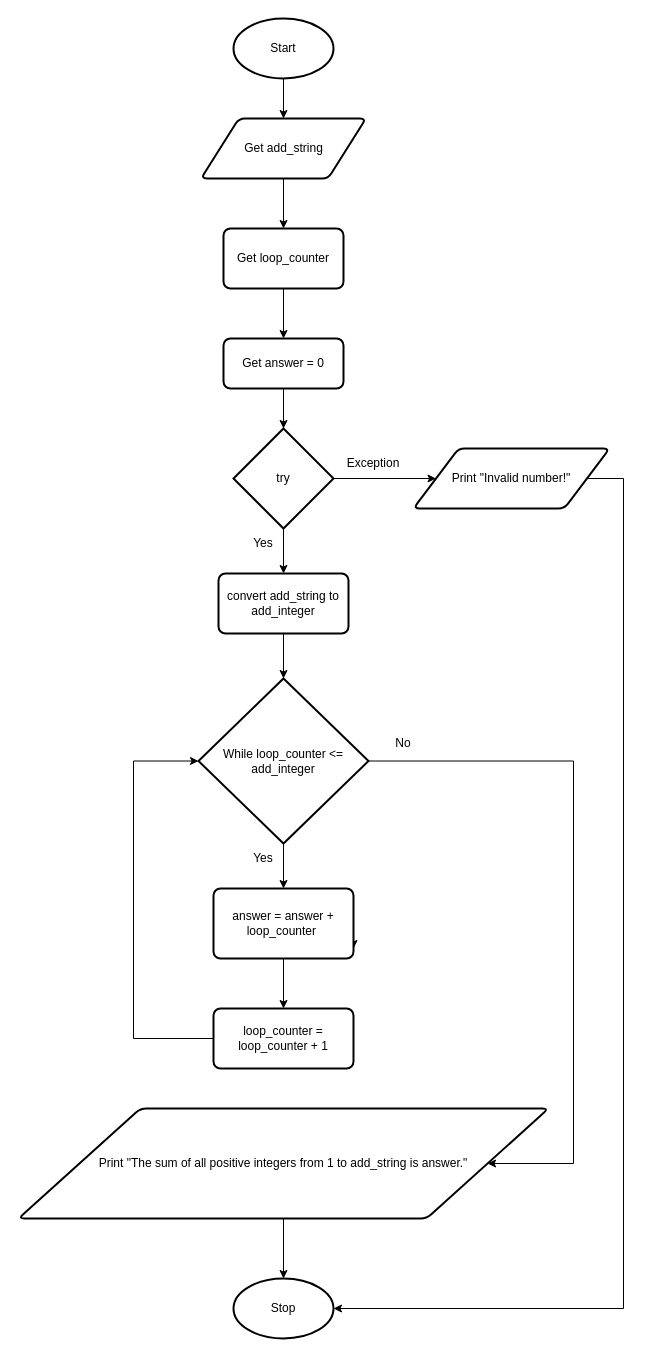
Above: design.flowchart.drawio in Yiyun-Qin/ICS3U-Unit5-01-Python (draw.io), before the change. Source tidied: cells renumbered, new cells numbered last; positions are measured from the earlier drawing's top-left corner, leaving out a move shared by most shapes. Both pictures are drawn from the tidied source at 100%, with x=0, y=0 at pixel (18, 18).
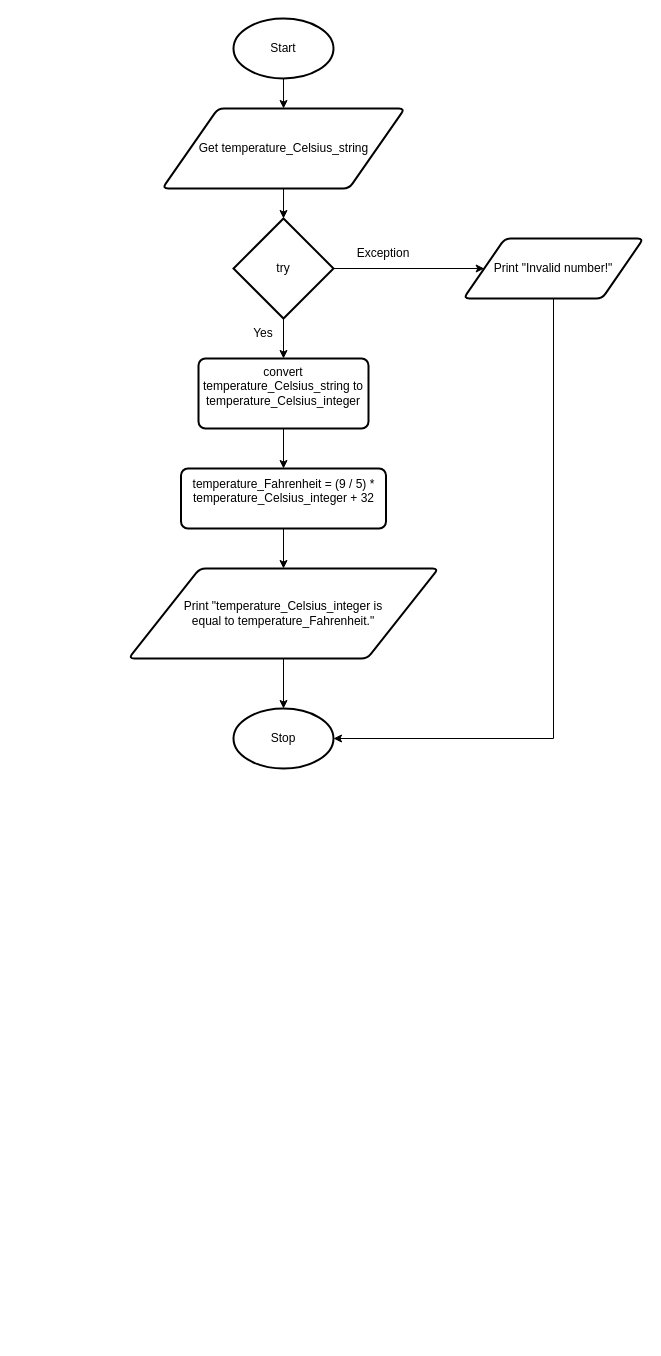
After the change.

Diff of the diagram source:
```diff
@@
-    <mxCell id="4" style="edgeStyle=none;html=1;exitX=0.5;exitY=1;exitDx=0;exitDy=0;entryX=0.5;entryY=0;entryDx=0;entryDy=0;" parent="1" edge="1" source="5" target="24">
-      <mxGeometry relative="1" as="geometry" />
-    </mxCell>
+    <mxCell id="32" style="edgeStyle=none;html=1;exitX=0.5;exitY=1;exitDx=0;exitDy=0;entryX=0.5;entryY=0;entryDx=0;entryDy=0;entryPerimeter=0;" parent="1" edge="1" source="5" target="14">
+      <mxGeometry relative="1" as="geometry" />
+    </mxCell>
-    <mxCell id="5" value="Get add_string" style="shape=parallelogram;html=1;strokeWidth=2;perimeter=parallelogramPerimeter;whiteSpace=wrap;rounded=1;arcSize=12;size=0.23;" parent="1" vertex="1">
-      <mxGeometry x="182.5" y="100" width="165" height="60" as="geometry" />
+    <mxCell id="5" value="Get temperature_Celsius_string" style="shape=parallelogram;html=1;strokeWidth=2;perimeter=parallelogramPerimeter;whiteSpace=wrap;rounded=1;arcSize=12;size=0.23;" parent="1" vertex="1">
+      <mxGeometry x="143.8" y="90" width="242.5" height="80" as="geometry" />
     </mxCell>
     <mxCell id="6" value="Stop" style="strokeWidth=2;html=1;shape=mxgraph.flowchart.start_1;whiteSpace=wrap;" parent="1" vertex="1">
-      <mxGeometry x="215" y="1260" width="100" height="60" as="geometry" />
+      <mxGeometry x="215" y="690" width="100" height="60" as="geometry" />
     </mxCell>
-    <mxCell id="7" value="Yes" style="text;html=1;strokeColor=none;fillColor=none;align=center;verticalAlign=middle;whiteSpace=wrap;rounded=0;" parent="1" vertex="1">
-      <mxGeometry x="215" y="510" width="60" height="30" as="geometry" />
-    </mxCell>
-    <mxCell id="8" value="No" style="text;html=1;strokeColor=none;fillColor=none;align=center;verticalAlign=middle;whiteSpace=wrap;rounded=0;" parent="1" vertex="1">
-      <mxGeometry x="355" y="710" width="60" height="30" as="geometry" />
-    </mxCell>
-    <mxCell id="9" style="edgeStyle=none;html=1;exitX=0.5;exitY=1;exitDx=0;exitDy=0;exitPerimeter=0;entryX=0.5;entryY=0;entryDx=0;entryDy=0;" parent="1" edge="1" source="11" target="13">
-      <mxGeometry relative="1" as="geometry" />
-    </mxCell>
-    <mxCell id="10" style="edgeStyle=none;html=1;exitX=1;exitY=0.5;exitDx=0;exitDy=0;exitPerimeter=0;entryX=0;entryY=0.5;entryDx=0;entryDy=0;" parent="1" edge="1" source="11" target="15">
-      <mxGeometry relative="1" as="geometry" />
-    </mxCell>
-    <mxCell id="11" value="try" style="strokeWidth=2;html=1;shape=mxgraph.flowchart.decision;whiteSpace=wrap;" parent="1" vertex="1">
-      <mxGeometry x="215" y="410" width="100" height="100" as="geometry" />
-    </mxCell>
-    <mxCell id="12" style="edgeStyle=none;html=1;exitX=0.5;exitY=1;exitDx=0;exitDy=0;entryX=0.5;entryY=0;entryDx=0;entryDy=0;entryPerimeter=0;" parent="1" edge="1" source="13" target="19">
-      <mxGeometry relative="1" as="geometry" />
-    </mxCell>
-    <mxCell id="13" value="convert add_string to add_integer" style="rounded=1;whiteSpace=wrap;html=1;absoluteArcSize=1;arcSize=14;strokeWidth=2;" parent="1" vertex="1">
-      <mxGeometry x="200" y="555" width="130" height="60" as="geometry" />
-    </mxCell>
+    <mxCell id="33" style="edgeStyle=none;html=1;exitX=0.5;exitY=1;exitDx=0;exitDy=0;exitPerimeter=0;entryX=0.5;entryY=0;entryDx=0;entryDy=0;" parent="1" edge="1" source="14" target="36">
+      <mxGeometry relative="1" as="geometry" />
+    </mxCell>
+    <mxCell id="34" style="edgeStyle=none;html=1;exitX=1;exitY=0.5;exitDx=0;exitDy=0;exitPerimeter=0;entryX=0;entryY=0.5;entryDx=0;entryDy=0;" parent="1" edge="1" source="14" target="15">
+      <mxGeometry relative="1" as="geometry" />
+    </mxCell>
-    <mxCell id="14" style="edgeStyle=orthogonalEdgeStyle;html=1;exitX=1;exitY=0.5;exitDx=0;exitDy=0;entryX=1;entryY=0.5;entryDx=0;entryDy=0;entryPerimeter=0;rounded=0;" parent="1" edge="1" source="15" target="6">
-      <mxGeometry relative="1" as="geometry">
-        <Array as="points">
-          <mxPoint x="605" y="460" />
-          <mxPoint x="605" y="1290" />
-        </Array>
-      </mxGeometry>
+    <mxCell id="14" value="try" style="strokeWidth=2;html=1;shape=mxgraph.flowchart.decision;whiteSpace=wrap;" parent="1" vertex="1">
+      <mxGeometry x="215" y="200" width="100" height="100" as="geometry" />
     </mxCell>
+    <mxCell id="35" style="edgeStyle=none;html=1;exitX=0.5;exitY=1;exitDx=0;exitDy=0;entryX=0.5;entryY=0;entryDx=0;entryDy=0;" parent="1" edge="1" source="36" target="39">
+      <mxGeometry relative="1" as="geometry" />
+    </mxCell>
+    <mxCell id="36" value="convert temperature_Celsius_string to temperature_Celsius_integer&lt;br&gt;&amp;nbsp;" style="rounded=1;whiteSpace=wrap;html=1;absoluteArcSize=1;arcSize=14;strokeWidth=2;" parent="1" vertex="1">
+      <mxGeometry x="180" y="340" width="170" height="70" as="geometry" />
+    </mxCell>
+    <mxCell id="37" style="edgeStyle=orthogonalEdgeStyle;html=1;exitX=0.5;exitY=1;exitDx=0;exitDy=0;entryX=1;entryY=0.5;entryDx=0;entryDy=0;entryPerimeter=0;rounded=0;" parent="1" edge="1" source="15" target="6">
+      <mxGeometry relative="1" as="geometry" />
+    </mxCell>
     <mxCell id="15" value="Print &quot;Invalid number!&quot;" style="shape=parallelogram;html=1;strokeWidth=2;perimeter=parallelogramPerimeter;whiteSpace=wrap;rounded=1;arcSize=12;size=0.23;" parent="1" vertex="1">
-      <mxGeometry x="395" y="430" width="196" height="60" as="geometry" />
+      <mxGeometry x="445" y="220" width="180" height="60" as="geometry" />
     </mxCell>
+    <mxCell id="38" style="edgeStyle=none;html=1;exitX=0.5;exitY=1;exitDx=0;exitDy=0;entryX=0.5;entryY=0;entryDx=0;entryDy=0;" parent="1" edge="1" source="39" target="41">
+      <mxGeometry relative="1" as="geometry" />
+    </mxCell>
+    <mxCell id="39" value="temperature_Fahrenheit = (9 / 5) * temperature_Celsius_integer + 32&lt;br&gt;&amp;nbsp;" style="rounded=1;whiteSpace=wrap;html=1;absoluteArcSize=1;arcSize=14;strokeWidth=2;" parent="1" vertex="1">
+      <mxGeometry x="162.5" y="450" width="205" height="60" as="geometry" />
+    </mxCell>
+    <mxCell id="40" style="edgeStyle=orthogonalEdgeStyle;rounded=0;html=1;exitX=0.5;exitY=1;exitDx=0;exitDy=0;entryX=0.5;entryY=0;entryDx=0;entryDy=0;entryPerimeter=0;" parent="1" edge="1" source="41" target="6">
+      <mxGeometry relative="1" as="geometry" />
+    </mxCell>
+    <mxCell id="41" value="Print &quot;temperature_Celsius_integer is &lt;br&gt;equal to temperature_Fahrenheit.&quot;" style="shape=parallelogram;html=1;strokeWidth=2;perimeter=parallelogramPerimeter;whiteSpace=wrap;rounded=1;arcSize=12;size=0.23;" parent="1" vertex="1">
+      <mxGeometry x="110" y="550" width="310" height="90" as="geometry" />
+    </mxCell>
+    <mxCell id="42" value="Yes" style="text;html=1;strokeColor=none;fillColor=none;align=center;verticalAlign=middle;whiteSpace=wrap;rounded=0;" parent="1" vertex="1">
+      <mxGeometry x="215" y="300" width="60" height="30" as="geometry" />
+    </mxCell>
     <mxCell id="16" value="Exception" style="text;html=1;strokeColor=none;fillColor=none;align=center;verticalAlign=middle;whiteSpace=wrap;rounded=0;" parent="1" vertex="1">
-      <mxGeometry x="325" y="430" width="60" height="30" as="geometry" />
+      <mxGeometry x="335" y="220" width="60" height="30" as="geometry" />
     </mxCell>
-    <mxCell id="17" style="edgeStyle=none;html=1;exitX=0.5;exitY=1;exitDx=0;exitDy=0;exitPerimeter=0;entryX=0.5;entryY=0;entryDx=0;entryDy=0;" parent="1" edge="1" source="19" target="22">
-      <mxGeometry relative="1" as="geometry" />
-    </mxCell>
-    <mxCell id="18" style="edgeStyle=orthogonalEdgeStyle;rounded=0;html=1;exitX=1;exitY=0.5;exitDx=0;exitDy=0;exitPerimeter=0;entryX=1;entryY=0.5;entryDx=0;entryDy=0;" parent="1" edge="1" source="19" target="31">
-      <mxGeometry relative="1" as="geometry">
-        <Array as="points">
-          <mxPoint x="555" y="743" />
-          <mxPoint x="555" y="1145" />
-        </Array>
-      </mxGeometry>
-    </mxCell>
-    <mxCell id="19" value="While loop_counter &amp;lt;= add_integer" style="strokeWidth=2;html=1;shape=mxgraph.flowchart.decision;whiteSpace=wrap;" parent="1" vertex="1">
-      <mxGeometry x="180" y="660" width="170" height="165" as="geometry" />
-    </mxCell>
-    <mxCell id="20" style="edgeStyle=none;html=1;exitX=1;exitY=0.75;exitDx=0;exitDy=0;" parent="1" edge="1" source="22">
-      <mxGeometry relative="1" as="geometry">
-        <mxPoint x="335" y="930" as="targetPoint" />
-      </mxGeometry>
-    </mxCell>
-    <mxCell id="21" style="edgeStyle=none;html=1;exitX=0.5;exitY=1;exitDx=0;exitDy=0;entryX=0.5;entryY=0;entryDx=0;entryDy=0;" parent="1" edge="1" source="22" target="28">
-      <mxGeometry relative="1" as="geometry" />
-    </mxCell>
-    <mxCell id="22" value="answer = answer + loop_counter&amp;nbsp;" style="rounded=1;whiteSpace=wrap;html=1;absoluteArcSize=1;arcSize=14;strokeWidth=2;" parent="1" vertex="1">
-      <mxGeometry x="195" y="870" width="140" height="70" as="geometry" />
-    </mxCell>
-    <mxCell id="23" style="edgeStyle=none;html=1;exitX=0.5;exitY=1;exitDx=0;exitDy=0;entryX=0.5;entryY=0;entryDx=0;entryDy=0;" parent="1" edge="1" source="24" target="26">
-      <mxGeometry relative="1" as="geometry" />
-    </mxCell>
-    <mxCell id="24" value="Get loop_counter" style="rounded=1;whiteSpace=wrap;html=1;absoluteArcSize=1;arcSize=14;strokeWidth=2;" parent="1" vertex="1">
-      <mxGeometry x="205" y="210" width="120" height="60" as="geometry" />
-    </mxCell>
-    <mxCell id="25" style="edgeStyle=none;html=1;exitX=0.5;exitY=1;exitDx=0;exitDy=0;entryX=0.5;entryY=0;entryDx=0;entryDy=0;entryPerimeter=0;" parent="1" edge="1" source="26" target="11">
-      <mxGeometry relative="1" as="geometry" />
-    </mxCell>
-    <mxCell id="26" value="Get answer = 0" style="rounded=1;whiteSpace=wrap;html=1;absoluteArcSize=1;arcSize=14;strokeWidth=2;" parent="1" vertex="1">
-      <mxGeometry x="205" y="320" width="120" height="50" as="geometry" />
-    </mxCell>
-    <mxCell id="27" style="edgeStyle=orthogonalEdgeStyle;html=1;exitX=0;exitY=0.5;exitDx=0;exitDy=0;entryX=0;entryY=0.5;entryDx=0;entryDy=0;entryPerimeter=0;rounded=0;" parent="1" edge="1" source="28" target="19">
-      <mxGeometry relative="1" as="geometry">
-        <Array as="points">
-          <mxPoint x="115" y="1020" />
-          <mxPoint x="115" y="743" />
-        </Array>
-      </mxGeometry>
-    </mxCell>
-    <mxCell id="28" value="loop_counter = loop_counter + 1" style="rounded=1;whiteSpace=wrap;html=1;absoluteArcSize=1;arcSize=14;strokeWidth=2;" parent="1" vertex="1">
-      <mxGeometry x="195" y="990" width="140" height="60" as="geometry" />
-    </mxCell>
-    <mxCell id="29" value="Yes" style="text;html=1;strokeColor=none;fillColor=none;align=center;verticalAlign=middle;whiteSpace=wrap;rounded=0;" parent="1" vertex="1">
-      <mxGeometry x="215" y="825" width="60" height="30" as="geometry" />
-    </mxCell>
-    <mxCell id="30" style="edgeStyle=orthogonalEdgeStyle;rounded=0;html=1;exitX=0.5;exitY=1;exitDx=0;exitDy=0;entryX=0.5;entryY=0;entryDx=0;entryDy=0;entryPerimeter=0;" parent="1" edge="1" source="31" target="6">
-      <mxGeometry relative="1" as="geometry" />
-    </mxCell>
-    <mxCell id="31" value="Print &quot;The sum of all positive integers from 1 to add_string is answer.&quot;" style="shape=parallelogram;html=1;strokeWidth=2;perimeter=parallelogramPerimeter;whiteSpace=wrap;rounded=1;arcSize=12;size=0.23;" parent="1" vertex="1">
-      <mxGeometry y="1090" width="530" height="110" as="geometry" />
-    </mxCell>
```
